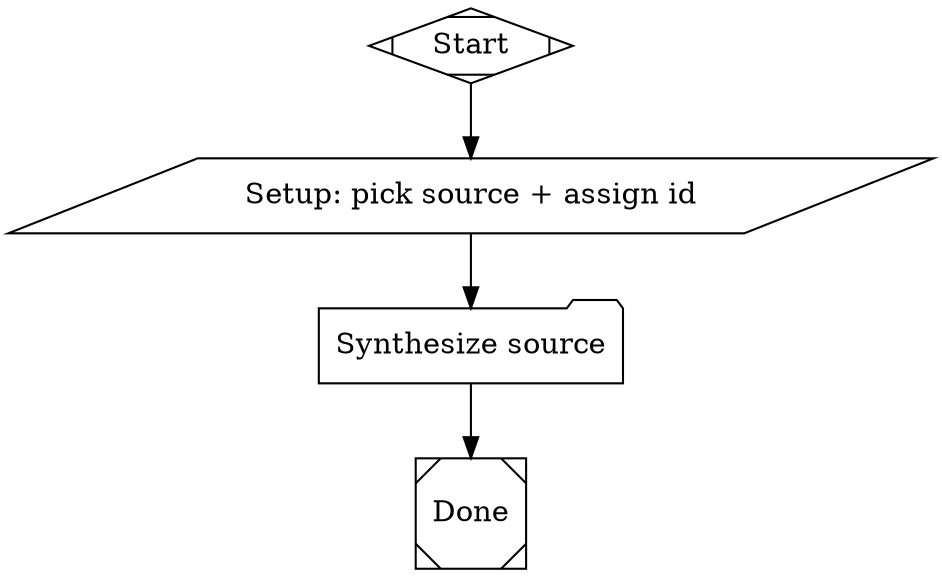
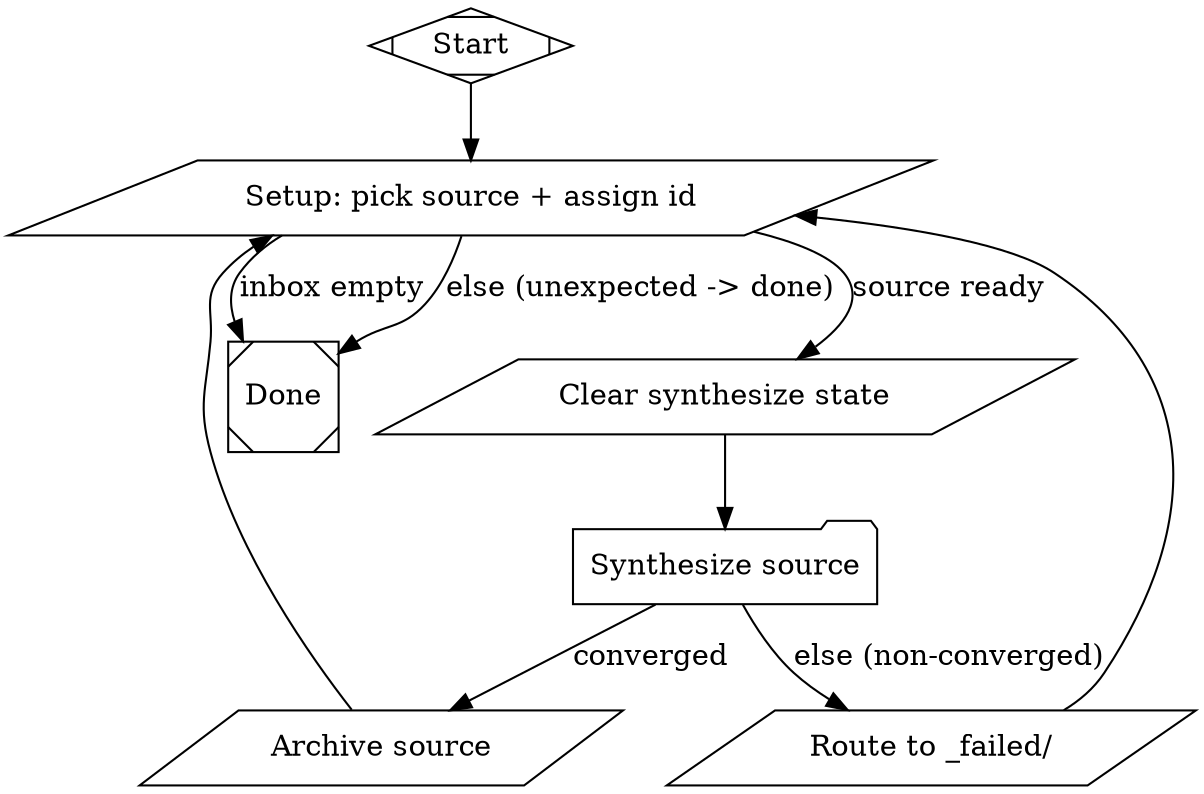
- // ingest.dot -- Increment 1: ingest ONE inbox source via synthesize.dot.
+ // ingest.dot -- Full inbox DRAIN loop via synthesize.dot.
//
- // Minimal parent DAG:
- //   setup (tool, deterministic) -- picks next inbox source, assigns stable id,
- //                                   publishes JSON context for synthesize.dot.
- //   run_synthesize (folder)     -- runs synthesize.dot as a sub-pipeline;
- //                                   child inherits the setup context keys.
+ // Drains the _inbox/ in a single run: picks one source, synthesizes it,
+ // archives or fails it, then loops back to setup until the inbox is empty.
//
// Compile-time tokens substituted by run_ingest() before handing to the engine:
- //   $setup_cmd       -- absolute path command to cli/ingest_setup.py
- //   $synthesize_dot  -- absolute path to pipeline/synthesize.dot
+ //   $setup_cmd         -- absolute path command to cli/ingest_setup.py
+ //   $synthesize_dot    -- absolute path to pipeline/synthesize.dot
+ //   $max_drain_iters   -- safety bound (generous multiple of inbox size);
+ //                         if this limit trips the engine fails loud, which is
+ //                         the correct behaviour -- a bug would spin forever
+ //                         otherwise.
//
// Context keys produced by the setup node (via parse_json="true") and consumed
// by synthesize.dot as $var references:
- //   source_path, source_id, wiki_dir, validation_report,
+ //   has_source, source_path, source_id, wiki_dir, validation_report,
//   schema_path, convergence_rubric, max_cycles,
- //   normalize_cmd, footnotes_cmd, validate_cmd
+ //   normalize_cmd, footnotes_cmd, validate_cmd, archive_cmd, fail_cmd
//
- // NOT YET in this increment: drain loop, tamper check, archive, ledger write.
- // Those ride in Increment 2 once folder composition is proven end-to-end.
+ // Drain-loop semantics:
+ //   setup emits has_source=false  -> done (inbox drained, clean exit)
+ //   setup emits has_source=true   -> synthesize -> archive or fail_handler
+ //   archive/fail_handler          -> setup (loop_restart="true")

digraph ingest {
    graph [
-         goal="Ingest one inbox source into the wiki via synthesize.dot"
+         goal="Drain the inbox: ingest all sources via synthesize.dot",
+         default_max_retry="$max_drain_iters"
    ]

    start [shape=Mdiamond, label="Start"]

    // SETUP (deterministic tool): pick next inbox source, assign stable id,
-     // emit JSON context keys for synthesize.dot to consume.
+     // emit JSON context keys for synthesize.dot and the archive/fail commands.
+     // Emits has_source=false (inbox empty) or has_source=true (source ready).
+     // ALWAYS exits 0 -- inbox empty is the normal drain-complete signal.
    setup [
        shape=parallelogram,
        label="Setup: pick source + assign id",
        tool_command="$setup_cmd",
        parse_json="true"
    ]

+     // CLEAR_SYNTHESIZE_STATE: delete the subgraph checkpoint left by the
+     // previous loop iteration so the child pipeline always starts fresh.
+     //
+     // Why: PipelineHandler creates child logs at {run_dir}/subgraph_{node.id}.
+     // The directory is reused across loop iterations (exist_ok=True), so the
+     // checkpoint written by iteration 1 is found by iteration 2's child engine,
+     // which fingerprint-matches synthesize.dot (unchanged), restores stale
+     // context (source_id=1), and exits immediately without doing real work.
+     // This rm -f runs before every run_synthesize invocation; -f means exit 0
+     // on first iteration when the file does not yet exist.
+     // $clear_synthesize_cmd is substituted at compile-time by run_ingest().
+     clear_synthesize_state [
+         shape=parallelogram,
+         label="Clear synthesize state",
+         tool_command="$clear_synthesize_cmd"
+     ]
+ 
    // RUN_SYNTHESIZE (folder sub-pipeline): runs synthesize.dot with the
-     // context keys produced by the setup node.  The child context is a clone
-     // of the parent context, so $source_path/$wiki_dir/etc. resolve directly.
+     // context keys produced by the setup node. Child inherits context clone,
+     // so $source_path/$wiki_dir/etc. resolve directly inside the child.
    run_synthesize [
        shape=folder,
        label="Synthesize source",
        dot_file="$synthesize_dot"
    ]

+     // ARCHIVE (deterministic tool): move source -> _archive/, append ledger,
+     // mark ingested in .sources.json. Uses $archive_cmd from context (set by
+     // setup for the current source).
+     archive [
+         shape=parallelogram,
+         label="Archive source",
+         tool_command="$archive_cmd"
+     ]
+ 
+     // FAIL_HANDLER (deterministic tool): move non-converged source -> _failed/
+     // so the inbox shrinks and the drain loop continues cleanly.
+     // Uses $fail_cmd from context (set by setup for the current source).
+     fail_handler [
+         shape=parallelogram,
+         label="Route to _failed/",
+         tool_command="$fail_cmd"
+     ]
+ 
    done [shape=Msquare, label="Done"]

-     start -> setup -> run_synthesize -> done
+     start -> setup
+ 
+     // SETUP routes EXHAUSTIVELY (no dead-end).
+     // Conditional edges are tried first; the single unconditional fallback
+     // (else) is the safety net for any unexpected state.
+     setup -> done                   [label="inbox empty",          condition="context.has_source=false"]
+     setup -> clear_synthesize_state [label="source ready",         condition="context.has_source=true"]
+     setup -> done                   [label="else (unexpected -> done)"]
+ 
+     clear_synthesize_state -> run_synthesize
+ 
+     // RUN_SYNTHESIZE routes:
+     //   converged  -> archive (write process state, then loop back)
+     //   everything else -> fail_handler (non-convergence, error, unset)
+     // The unconditional fallback is the fail-safe direction -- more drain,
+     // never premature done.
+     run_synthesize -> archive      [label="converged",           condition="outcome=success"]
+     run_synthesize -> fail_handler [label="else (non-converged)"]
+ 
+     // Loop back to drain the next source.
+     // Both edges use loop_restart="true" so the engine restarts the outer
+     // loop counter cleanly on each successful or failed source.
+     archive      -> setup [loop_restart="true"]
+     fail_handler -> setup [loop_restart="true"]
}
